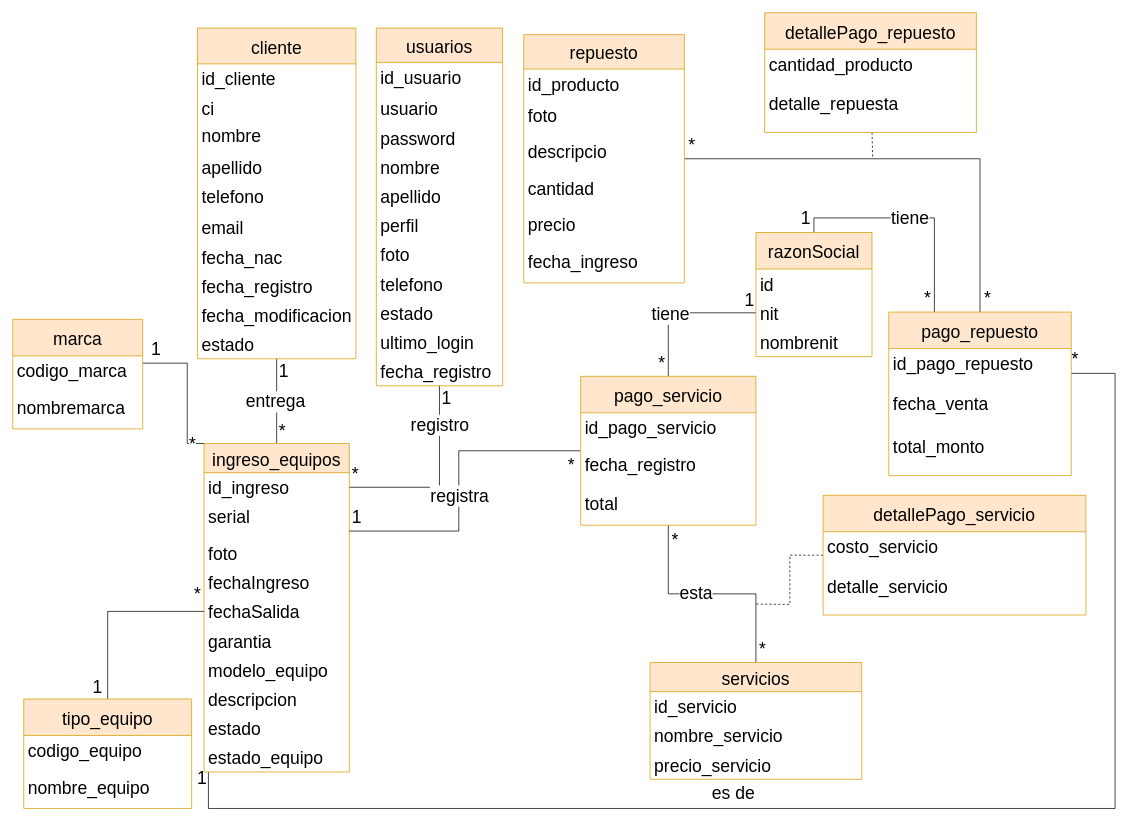
This is documentacion/diagramas/DIAGRAMA_DE_CLASE2.2.drawio from ANDRESMAMANIA/SERVICOM, a draw.io file, before an edit. Source tidied: cells renumbered, new cells numbered last; positions are measured from the earlier drawing's top-left corner, leaving out a move shared by most shapes. Both pictures are drawn from the tidied source at 73%, with x=0, y=0 at pixel (12, 12).
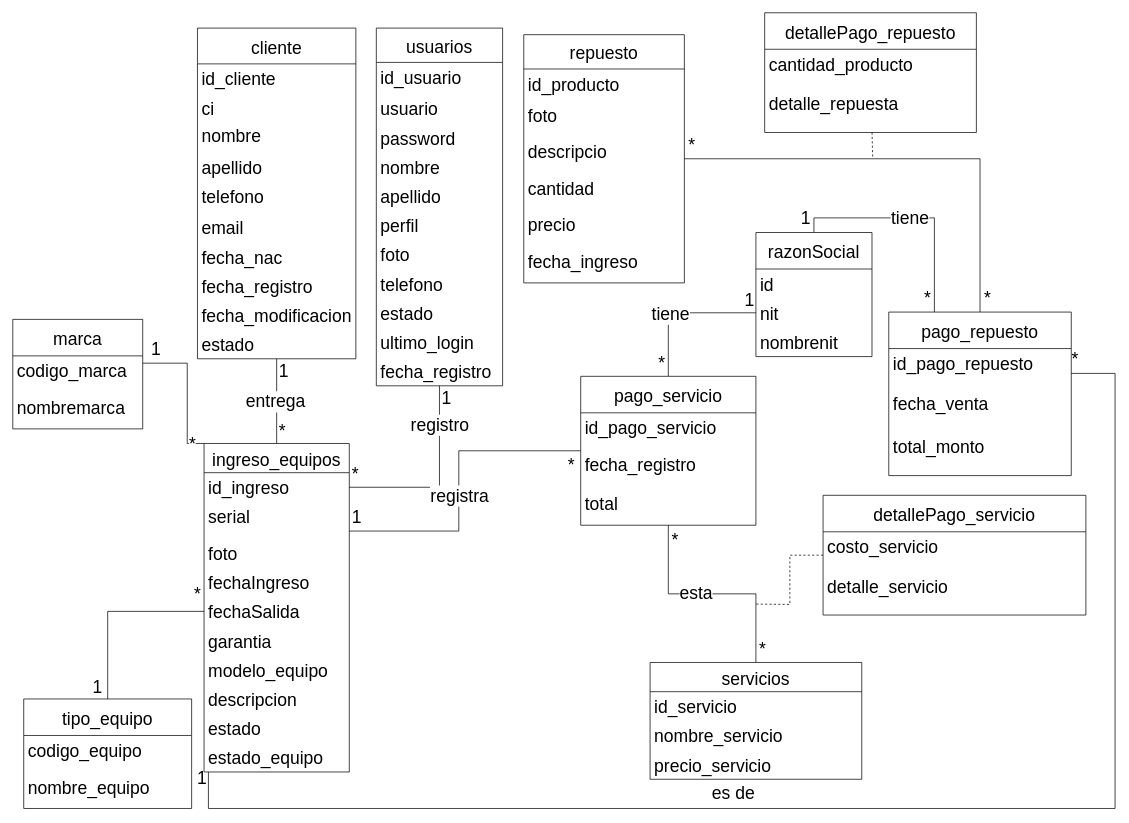
Above is the later version.

Change to the diagram source:
```diff
@@
-    <mxCell id="6" value="usuarios" style="swimlane;fontStyle=0;horizontal=1;startSize=47;fillColor=#ffe6cc;fontSize=24;strokeColor=#d79b00;" parent="1" vertex="1">
+    <mxCell id="6" value="usuarios" style="swimlane;fontStyle=0;horizontal=1;startSize=47;fontSize=24;" parent="1" vertex="1">
       <mxGeometry x="498" y="21" width="173" height="490" as="geometry" />
     </mxCell>
@@
-    <mxCell id="22" value="cliente" style="swimlane;fontStyle=0;horizontal=1;startSize=49;fillColor=#ffe6cc;fontSize=24;strokeColor=#d79b00;" parent="1" vertex="1">
+    <mxCell id="22" value="cliente" style="swimlane;fontStyle=0;horizontal=1;startSize=49;fontSize=24;" parent="1" vertex="1">
       <mxGeometry x="253" y="21" width="217" height="453" as="geometry" />
     </mxCell>
@@
-    <mxCell id="37" value="ingreso_equipos" style="swimlane;fontStyle=0;horizontal=1;startSize=40;fillColor=#ffe6cc;fontSize=24;strokeColor=#d79b00;" parent="1" vertex="1">
+    <mxCell id="37" value="ingreso_equipos" style="swimlane;fontStyle=0;horizontal=1;startSize=40;fontSize=24;" parent="1" vertex="1">
       <mxGeometry x="262" y="590" width="199" height="450" as="geometry" />
     </mxCell>
@@
-    <mxCell id="60" value="pago_servicio" style="swimlane;fontStyle=0;horizontal=1;startSize=50;fillColor=#ffe6cc;fontSize=24;strokeColor=#d79b00;" parent="1" vertex="1">
+    <mxCell id="60" value="pago_servicio" style="swimlane;fontStyle=0;horizontal=1;startSize=50;fontSize=24;" parent="1" vertex="1">
       <mxGeometry x="778" y="498" width="240" height="204" as="geometry" />
     </mxCell>
@@
-    <mxCell id="64" value="servicios" style="swimlane;fontStyle=0;horizontal=1;startSize=40;fillColor=#ffe6cc;fontSize=24;strokeColor=#d79b00;" parent="1" vertex="1">
+    <mxCell id="64" value="servicios" style="swimlane;fontStyle=0;horizontal=1;startSize=40;fontSize=24;" parent="1" vertex="1">
       <mxGeometry x="873" y="890" width="290" height="160" as="geometry" />
     </mxCell>
-    <mxCell id="65" value="id_servicio" style="text;strokeColor=none;fillColor=none;align=left;verticalAlign=top;spacingLeft=4;spacingRight=4;overflow=hidden;fontSize=24;" parent="64" vertex="1">
+    <mxCell id="65" value="id_servicio" style="text;align=left;verticalAlign=top;spacingLeft=4;spacingRight=4;overflow=hidden;fontSize=24;" parent="64" vertex="1">
       <mxGeometry y="40" width="290" height="40" as="geometry" />
     </mxCell>
@@
-    <mxCell id="72" value="detallePago_repuesto" style="swimlane;fontStyle=0;horizontal=1;startSize=50;fillColor=#ffe6cc;fontSize=24;strokeColor=#d79b00;" parent="1" vertex="1">
+    <mxCell id="72" value="detallePago_repuesto" style="swimlane;fontStyle=0;horizontal=1;startSize=50;fontSize=24;" parent="1" vertex="1">
       <mxGeometry x="1030" width="290" height="164" as="geometry" />
     </mxCell>
@@
-    <mxCell id="79" value="razonSocial" style="swimlane;fontStyle=0;horizontal=1;startSize=50;fillColor=#ffe6cc;fontSize=24;strokeColor=#d79b00;" parent="1" vertex="1">
+    <mxCell id="79" value="razonSocial" style="swimlane;fontStyle=0;horizontal=1;startSize=50;fontSize=24;" parent="1" vertex="1">
       <mxGeometry x="1018" y="301" width="159" height="170" as="geometry" />
     </mxCell>
@@
-    <mxCell id="83" value="repuesto" style="swimlane;fontStyle=0;horizontal=1;startSize=47;fillColor=#ffe6cc;fontSize=24;strokeColor=#d79b00;" parent="1" vertex="1">
+    <mxCell id="83" value="repuesto" style="swimlane;fontStyle=0;horizontal=1;startSize=47;fontSize=24;" parent="1" vertex="1">
       <mxGeometry x="700" y="30" width="220" height="340" as="geometry" />
     </mxCell>
@@
-    <mxCell id="90" value="pago_repuesto" style="swimlane;fontStyle=0;horizontal=1;startSize=50;fillColor=#ffe6cc;fontSize=24;strokeColor=#d79b00;" parent="1" vertex="1">
+    <mxCell id="90" value="pago_repuesto" style="swimlane;fontStyle=0;horizontal=1;startSize=50;fontSize=24;" parent="1" vertex="1">
       <mxGeometry x="1200" y="410" width="250" height="224" as="geometry" />
     </mxCell>
@@
-    <mxCell id="95" value="detallePago_servicio" style="swimlane;fontStyle=0;horizontal=1;startSize=50;fillColor=#ffe6cc;fontSize=24;strokeColor=#d79b00;" parent="1" vertex="1">
+    <mxCell id="95" value="detallePago_servicio" style="swimlane;fontStyle=0;horizontal=1;startSize=50;fontSize=24;" parent="1" vertex="1">
       <mxGeometry x="1110" y="661" width="360" height="164" as="geometry" />
     </mxCell>
@@
-    <mxCell id="101" value="tipo_equipo" style="swimlane;fontStyle=0;horizontal=1;startSize=50;fillColor=#ffe6cc;fontSize=24;strokeColor=#d79b00;" parent="1" vertex="1">
+    <mxCell id="101" value="tipo_equipo" style="swimlane;fontStyle=0;horizontal=1;startSize=50;fontSize=24;" parent="1" vertex="1">
       <mxGeometry x="15" y="940" width="230" height="150" as="geometry" />
     </mxCell>
@@
-    <mxCell id="107" value="marca" style="swimlane;fontStyle=0;horizontal=1;startSize=50;fillColor=#ffe6cc;fontSize=24;strokeColor=#d79b00;" parent="1" vertex="1">
+    <mxCell id="107" value="marca" style="swimlane;fontStyle=0;horizontal=1;startSize=50;fontSize=24;" parent="1" vertex="1">
       <mxGeometry y="420" width="178" height="150" as="geometry" />
     </mxCell>
```
